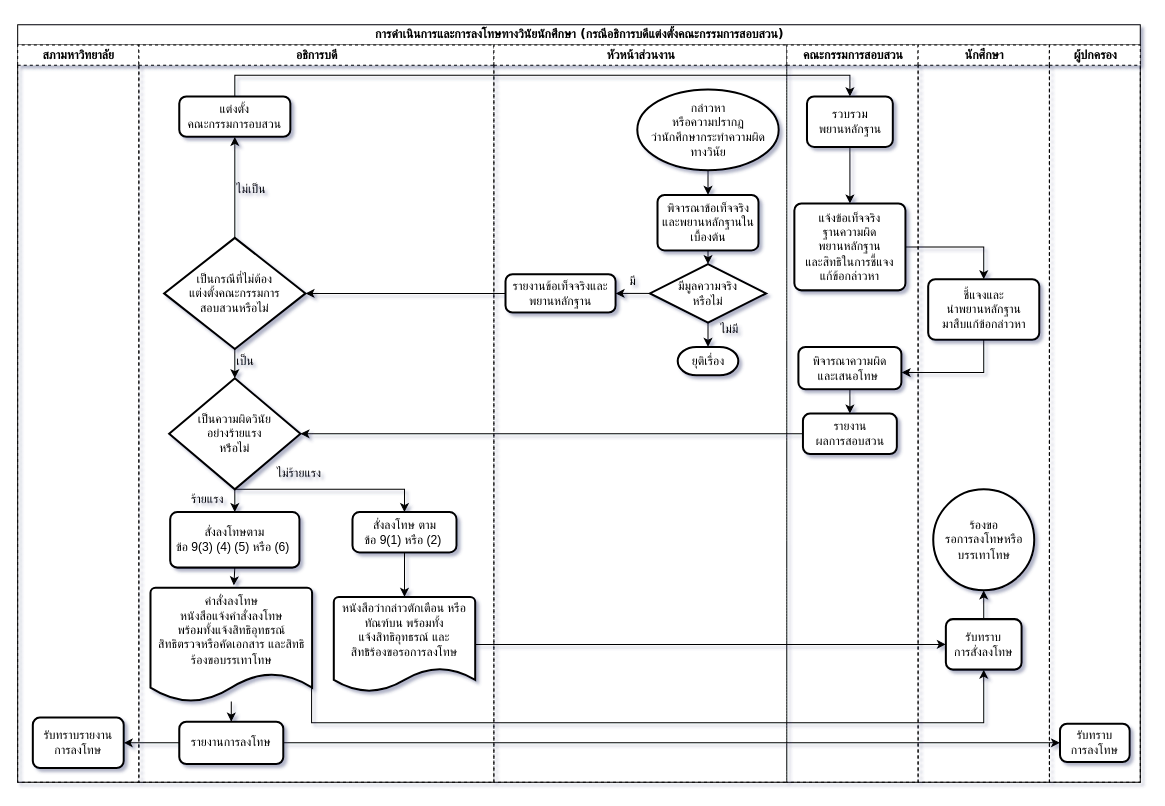
Earlier version of the draw.io diagram flow_vinai_president.drawio (ninjacharlee/test). Source tidied: cells renumbered, new cells numbered last; positions are measured from the earlier drawing's top-left corner, leaving out a move shared by most shapes. Both pictures are drawn from the tidied source at 101%, with x=0, y=0 at pixel (17, 24).
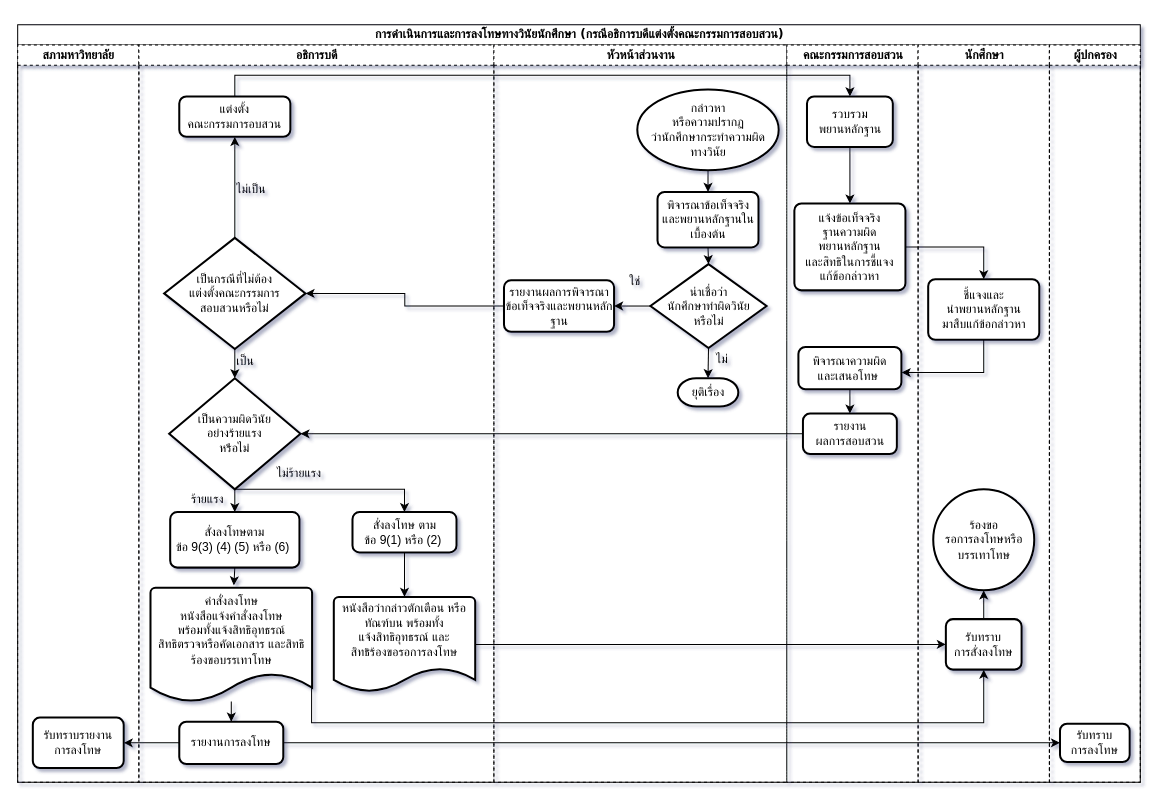
The same diagram, later.

Unchanged cells that the change refers to:
```xml
<mxCell id="2" value="&lt;h2&gt;การดำเนินการและการลงโทษทางวินัยนักศึกษา (กรณีอธิการบดีแต่งตั้งคณะกรรมการสอบสวน)&lt;/h2&gt;" style="swimlane;html=1;startSize=20;rounded=0;shadow=0;labelBackgroundColor=none;strokeColor=#000000;strokeWidth=1;fillColor=#ffffff;fontFamily=Verdana;fontSize=8;fontColor=#000000;align=center;" parent="1" vertex="1">
  <mxGeometry width="1111.5" height="750" as="geometry" />
</mxCell>
<mxCell id="14" value="เป็นกรณีที่ไม่ต้อง&lt;br&gt;แต่งตั้งคณะกรรมการ&lt;br&gt;สอบสวนหรือไม่" style="strokeWidth=2;html=1;shape=mxgraph.flowchart.decision;whiteSpace=wrap;" parent="5" vertex="1">
  <mxGeometry x="25" y="191" width="140" height="110" as="geometry" />
</mxCell>
<mxCell id="24" value="หัวหน้าส่วนงาน" style="swimlane;html=1;startSize=20;dashed=1;noLabel=0;overflow=visible;direction=east;rounded=0;shadow=0;glass=0;comic=0;gradientColor=none;labelBackgroundColor=none;labelBorderColor=none;fixDash=0;" parent="2" vertex="1">
  <mxGeometry x="471.5" y="20" width="290" height="730" as="geometry" />
</mxCell>
```

Change to the diagram source:
```diff
@@
     <mxCell id="28" value="พิจารณาข้อเท็จจริงและพยานหลักฐานในเบื้องต้น" style="rounded=1;whiteSpace=wrap;html=1;absoluteArcSize=1;arcSize=14;strokeWidth=2;" parent="24" vertex="1">
-      <mxGeometry x="162" y="148.5" width="100" height="55" as="geometry" />
+      <mxGeometry x="162" y="145.5" width="100" height="55" as="geometry" />
     </mxCell>
@@
-    <mxCell id="31" value="มีมูลความจริง&lt;br&gt;หรือไม่" style="strokeWidth=2;html=1;shape=mxgraph.flowchart.decision;whiteSpace=wrap;" parent="24" vertex="1">
-      <mxGeometry x="154.5" y="217" width="115" height="58" as="geometry" />
+    <mxCell id="31" value="น่าเชื่อว่า&lt;br&gt;นักศึกษาทำผิดวินัย&lt;br&gt;หรือไม่" style="strokeWidth=2;html=1;shape=mxgraph.flowchart.decision;whiteSpace=wrap;" parent="24" vertex="1">
+      <mxGeometry x="155" y="217" width="115" height="83" as="geometry" />
     </mxCell>
     <mxCell id="32" value="ยุติเรื่อง" style="strokeWidth=2;html=1;shape=mxgraph.flowchart.terminator;whiteSpace=wrap;" parent="24" vertex="1">
-      <mxGeometry x="182" y="299" width="60" height="28" as="geometry" />
+      <mxGeometry x="182" y="330" width="60" height="28" as="geometry" />
     </mxCell>
-    <mxCell id="33" value="รายงานข้อเท็จจริงและพยานหลักฐาน" style="rounded=1;whiteSpace=wrap;html=1;absoluteArcSize=1;arcSize=14;strokeWidth=2;" parent="24" vertex="1">
-      <mxGeometry x="11.5" y="227" width="109" height="38" as="geometry" />
+    <mxCell id="33" value="รายงานผลการพิจารณา ข้อเท็จจริงและพยานหลักฐาน" style="rounded=1;whiteSpace=wrap;html=1;absoluteArcSize=1;arcSize=14;strokeWidth=2;" parent="24" vertex="1">
+      <mxGeometry x="10" y="233" width="109" height="51" as="geometry" />
     </mxCell>
-    <mxCell id="34" value="มี" style="text;html=1;align=left;verticalAlign=top;spacingTop=-4;" parent="24" vertex="1">
-      <mxGeometry x="132" y="224" width="20" height="20" as="geometry" />
+    <mxCell id="34" value="ใช่&lt;br&gt;" style="text;html=1;align=left;verticalAlign=top;spacingTop=-4;" parent="24" vertex="1">
+      <mxGeometry x="132" y="224" width="30" height="20" as="geometry" />
     </mxCell>
-    <mxCell id="35" value="ไม่มี" style="text;html=1;align=left;verticalAlign=top;spacingTop=-4;" parent="24" vertex="1">
-      <mxGeometry x="222" y="272" width="40" height="20" as="geometry" />
+    <mxCell id="35" value="ไม่" style="text;html=1;align=left;verticalAlign=top;spacingTop=-4;" parent="24" vertex="1">
+      <mxGeometry x="218.5" y="301" width="30" height="20" as="geometry" />
     </mxCell>
@@
-    <mxCell id="50" style="edgeStyle=orthogonalEdgeStyle;rounded=0;jettySize=auto;html=1;entryX=1;entryY=0.5;entryDx=0;entryDy=0;entryPerimeter=0;" parent="2" edge="1" source="33" target="14">
-      <mxGeometry relative="1" as="geometry" />
-    </mxCell>
@@
+    <mxCell id="50" style="edgeStyle=orthogonalEdgeStyle;rounded=0;jettySize=auto;html=1;entryX=1;entryY=0.5;entryDx=0;entryDy=0;entryPerimeter=0;" parent="2" edge="1" source="33" target="14">
+      <mxGeometry relative="1" as="geometry" />
+    </mxCell>
```
